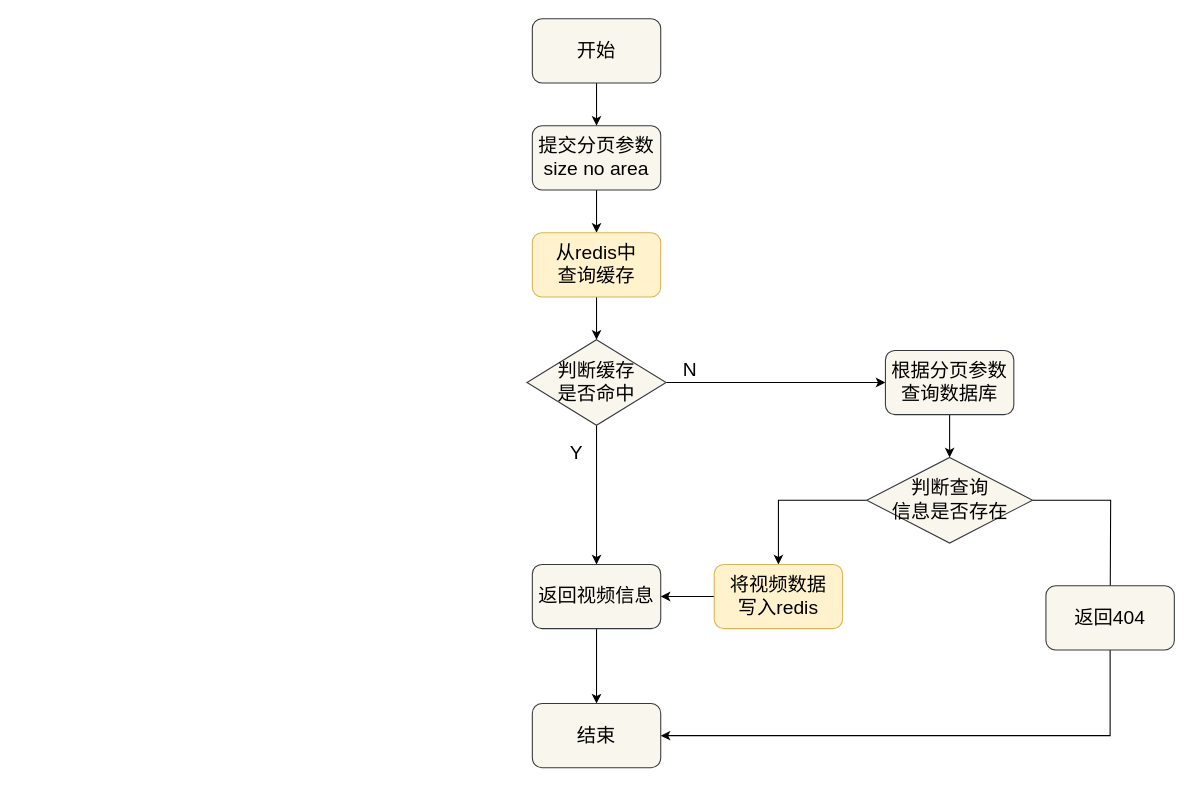
This is bilibili-redis.drawio from Bukayoooo/Draws, a draw.io file, before an edit. Source tidied: cells renumbered, new cells numbered last; positions are measured from the earlier drawing's top-left corner, leaving out a move shared by most shapes. Both pictures are drawn from the tidied source at 107%, with x=0, y=0 at pixel (526, 18).
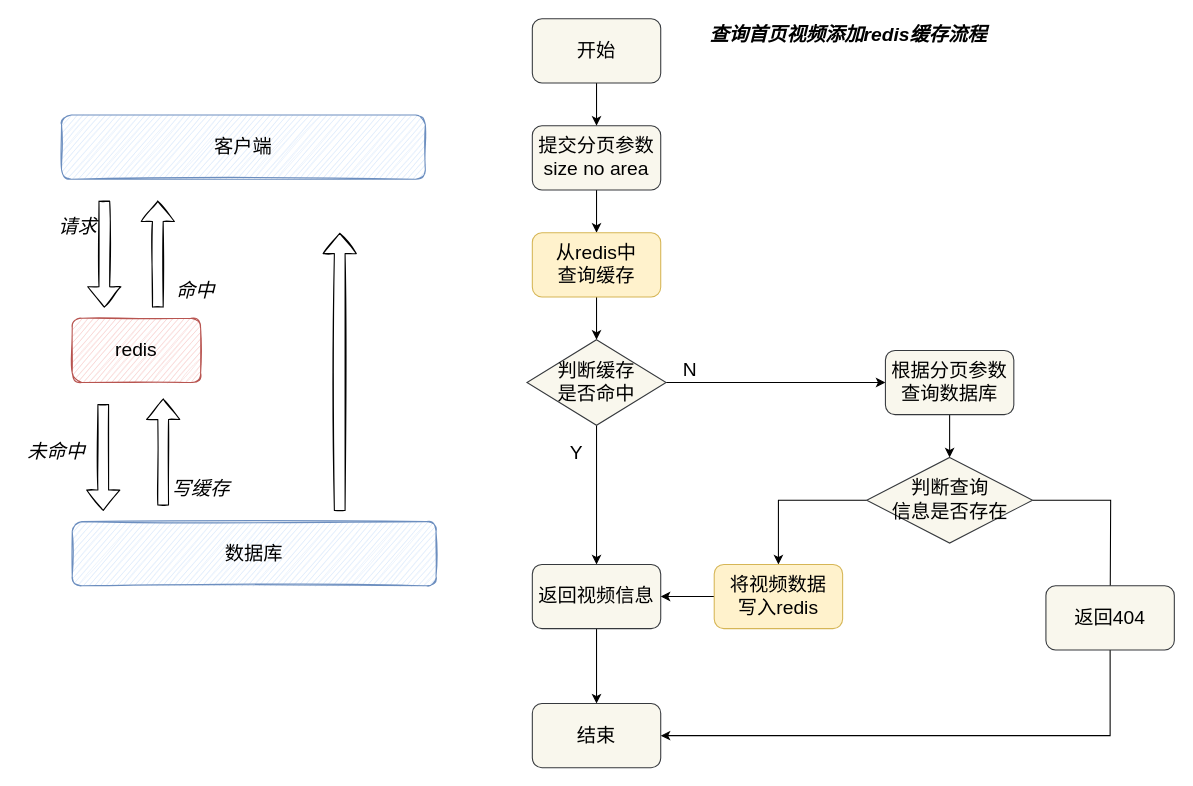
The same diagram, later.

What changed in the source:
```diff
@@
+    <mxCell id="25" value="&lt;b&gt;&lt;i&gt;查询首页视频添加redis缓存流程&lt;/i&gt;&lt;/b&gt;" style="text;html=1;align=center;verticalAlign=middle;strokeColor=none;fillColor=none;fontSize=18;" parent="1" vertex="1">
+      <mxGeometry x="165" width="270" height="30" as="geometry" />
+    </mxCell>
+    <mxCell id="26" value="客户端" style="rounded=1;whiteSpace=wrap;html=1;fontSize=18;sketch=1;fillColor=#dae8fc;strokeColor=#6c8ebf;" parent="1" vertex="1">
+      <mxGeometry x="-435" y="90" width="340" height="60" as="geometry" />
+    </mxCell>
+    <mxCell id="27" value="数据库" style="rounded=1;whiteSpace=wrap;html=1;fontSize=18;sketch=1;fillColor=#dae8fc;strokeColor=#6c8ebf;" parent="1" vertex="1">
+      <mxGeometry x="-425" y="470" width="340" height="60" as="geometry" />
+    </mxCell>
+    <mxCell id="28" value="redis" style="rounded=1;whiteSpace=wrap;html=1;sketch=1;fontSize=18;fillColor=#f8cecc;strokeColor=#b85450;" parent="1" vertex="1">
+      <mxGeometry x="-425" y="280" width="120" height="60" as="geometry" />
+    </mxCell>
+    <mxCell id="29" style="shape=flexArrow;endArrow=classic;html=1;rounded=0;fontSize=18;sketch=1;" parent="1" edge="1">
+      <mxGeometry relative="1" as="geometry">
+        <mxPoint x="-395" y="170" as="sourcePoint" />
+        <mxPoint x="-395" y="270" as="targetPoint" />
+      </mxGeometry>
+    </mxCell>
+    <mxCell id="30" style="shape=flexArrow;endArrow=classic;html=1;rounded=0;fontSize=18;sketch=1;" parent="1" edge="1">
+      <mxGeometry relative="1" as="geometry">
+        <mxPoint x="-345" y="270" as="sourcePoint" />
+        <mxPoint x="-345" y="170" as="targetPoint" />
+      </mxGeometry>
+    </mxCell>
+    <mxCell id="31" style="shape=flexArrow;endArrow=classic;html=1;rounded=0;fontSize=18;sketch=1;" parent="1" edge="1">
+      <mxGeometry relative="1" as="geometry">
+        <mxPoint x="-396" y="360" as="sourcePoint" />
+        <mxPoint x="-396" y="460" as="targetPoint" />
+      </mxGeometry>
+    </mxCell>
+    <mxCell id="32" style="shape=flexArrow;endArrow=classic;html=1;rounded=0;fontSize=18;sketch=1;" parent="1" edge="1">
+      <mxGeometry relative="1" as="geometry">
+        <mxPoint x="-175" y="460" as="sourcePoint" />
+        <mxPoint x="-175" y="200" as="targetPoint" />
+      </mxGeometry>
+    </mxCell>
+    <mxCell id="33" value="&lt;i&gt;请求&lt;/i&gt;" style="text;html=1;align=center;verticalAlign=middle;strokeColor=none;fillColor=none;fontSize=18;sketch=0;" parent="1" vertex="1">
+      <mxGeometry x="-445" y="180" width="50" height="30" as="geometry" />
+    </mxCell>
+    <mxCell id="34" value="&lt;i&gt;命中&lt;/i&gt;" style="text;html=1;align=center;verticalAlign=middle;strokeColor=none;fillColor=none;fontSize=18;sketch=0;" parent="1" vertex="1">
+      <mxGeometry x="-335" y="240" width="50" height="30" as="geometry" />
+    </mxCell>
+    <mxCell id="35" value="&lt;i&gt;未命中&lt;/i&gt;" style="text;html=1;align=center;verticalAlign=middle;strokeColor=none;fillColor=none;fontSize=18;sketch=0;" parent="1" vertex="1">
+      <mxGeometry x="-475.5" y="390" width="70" height="30" as="geometry" />
+    </mxCell>
+    <mxCell id="36" style="shape=flexArrow;endArrow=classic;html=1;rounded=0;fontSize=18;sketch=1;" parent="1" edge="1">
+      <mxGeometry relative="1" as="geometry">
+        <mxPoint x="-340" y="455" as="sourcePoint" />
+        <mxPoint x="-340" y="355" as="targetPoint" />
+      </mxGeometry>
+    </mxCell>
+    <mxCell id="37" value="&lt;i&gt;写缓存&lt;/i&gt;" style="text;html=1;align=center;verticalAlign=middle;strokeColor=none;fillColor=none;fontSize=18;sketch=0;" parent="1" vertex="1">
+      <mxGeometry x="-340" y="425" width="70" height="30" as="geometry" />
+    </mxCell>
```
